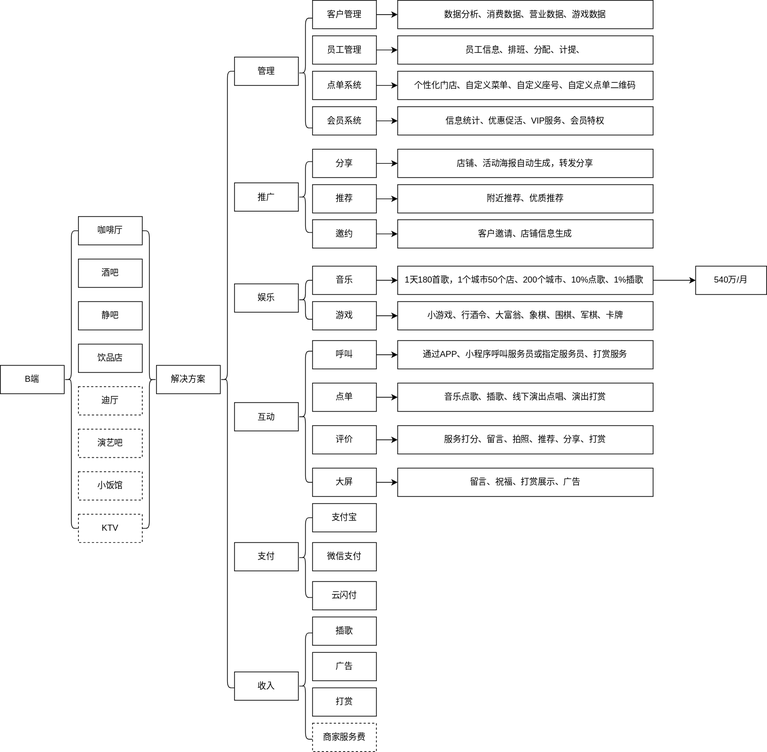
Before: coffeeshop.svg, a diagram exported from draw.io (gaorock530/brainstorm). Source tidied: cells renumbered, new cells last; positions are measured from the earlier drawing's top-left corner, leaving out a move shared by most shapes.
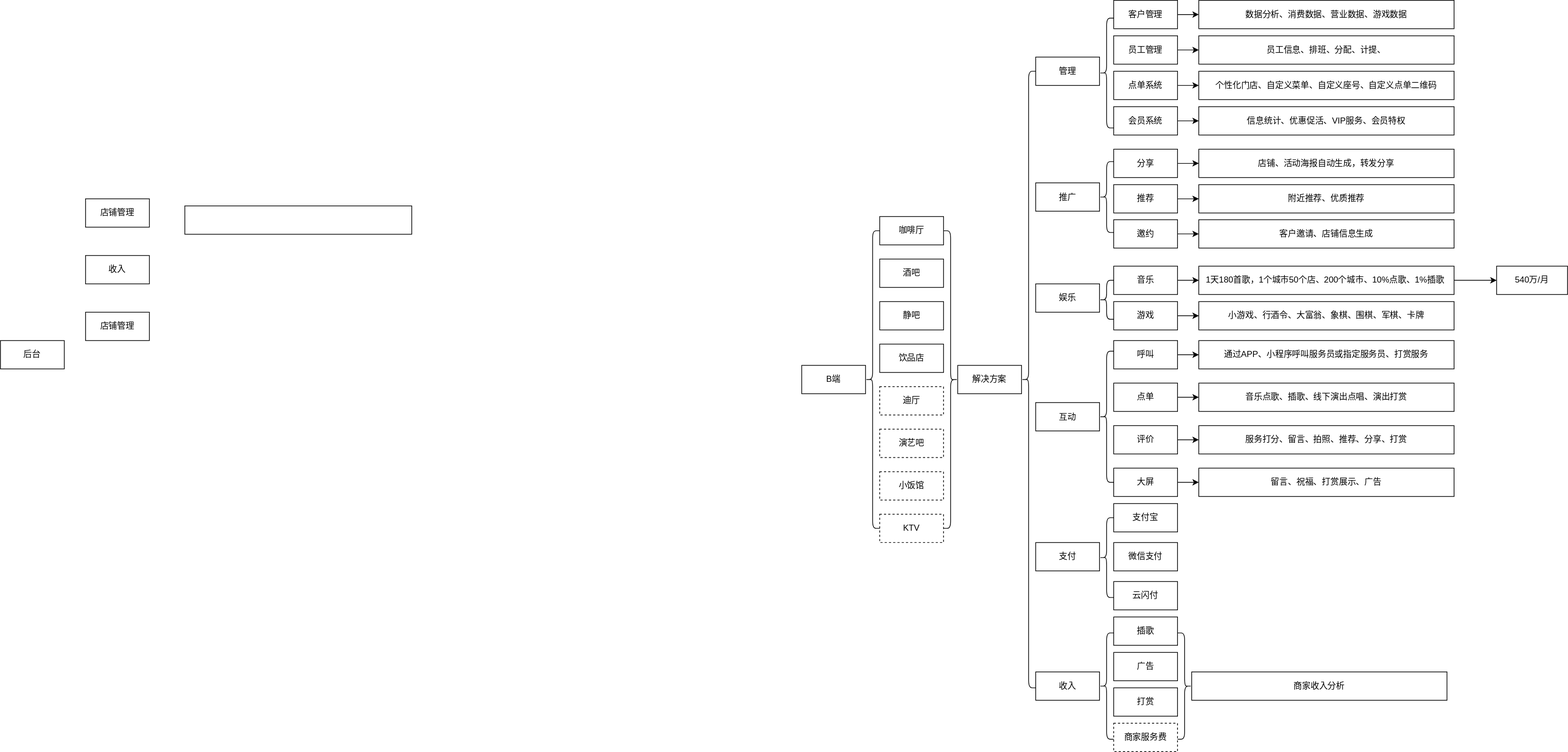
Later version of the same file.

Diff of the diagram source:
```diff
@@ -221,5 +221,26 @@
     <mxCell id="74" value="商家服务费" style="rounded=0;whiteSpace=wrap;html=1;dashed=1;" parent="1" vertex="1">
       <mxGeometry x="440" y="1020" width="90" height="40" as="geometry" />
     </mxCell>
+    <mxCell id="75" value="后台" style="rounded=0;whiteSpace=wrap;html=1;" parent="1" vertex="1">
+      <mxGeometry x="-1130" y="480" width="90" height="40" as="geometry" />
+    </mxCell>
+    <mxCell id="76" value="店铺管理" style="rounded=0;whiteSpace=wrap;html=1;" parent="1" vertex="1">
+      <mxGeometry x="-1010" y="280" width="90" height="40" as="geometry" />
+    </mxCell>
+    <mxCell id="77" style="rounded=0;whiteSpace=wrap;html=1;" parent="1" vertex="1">
+      <mxGeometry x="-870" y="290" width="320" height="40" as="geometry" />
+    </mxCell>
+    <mxCell id="78" value="收入" style="rounded=0;whiteSpace=wrap;html=1;" parent="1" vertex="1">
+      <mxGeometry x="-1010" y="360" width="90" height="40" as="geometry" />
+    </mxCell>
+    <mxCell id="79" value="店铺管理" style="rounded=0;whiteSpace=wrap;html=1;" parent="1" vertex="1">
+      <mxGeometry x="-1010" y="440" width="90" height="40" as="geometry" />
+    </mxCell>
+    <mxCell id="80" value="商家收入分析" style="rounded=0;whiteSpace=wrap;html=1;" parent="1" vertex="1">
+      <mxGeometry x="550" y="947.5" width="360" height="40" as="geometry" />
+    </mxCell>
+    <mxCell id="81" style="shape=curlyBracket;whiteSpace=wrap;html=1;rounded=1;rotation=0;gradientColor=#ffffff;direction=west;size=0.5;" parent="1" vertex="1">
+      <mxGeometry x="530" y="892.5" width="20" height="150" as="geometry" />
+    </mxCell>
   </root>
 </mxGraphModel>
```
